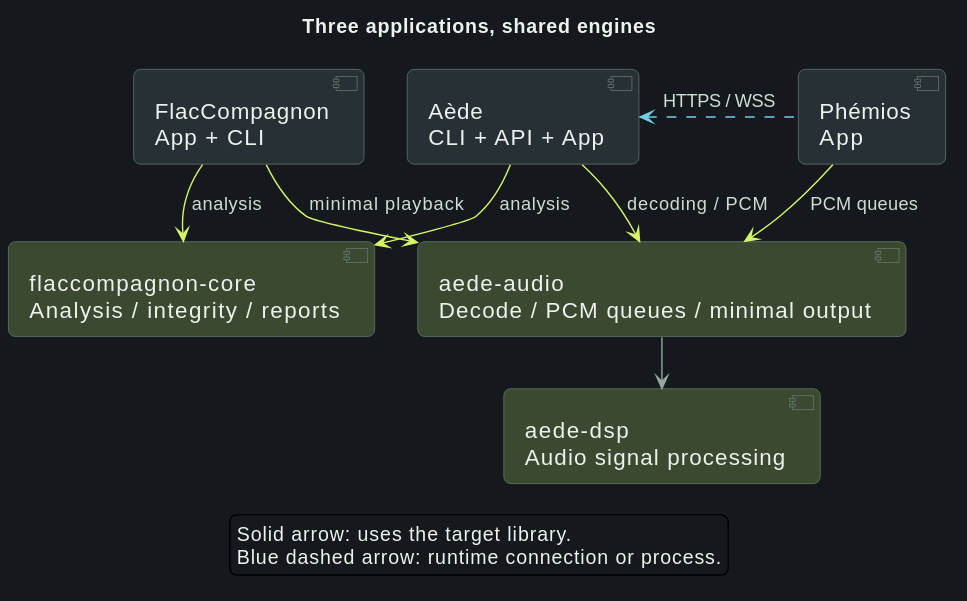
Earlier version of the PlantUML export site/assets/architecture/en-overview.svg (craft-and-code/aede). Source of this version:
```plantuml
@startuml
!pragma layout smetana
skinparam backgroundColor #15191D
skinparam defaultFontName SansSerif
skinparam defaultFontSize 16
skinparam defaultFontColor #EDF2EE
skinparam shadowing false
skinparam roundcorner 10
skinparam componentStyle uml2
skinparam ArrowColor #96A79F
skinparam ArrowFontColor #D0DDD5
skinparam ArrowFontSize 13
skinparam packageStyle rectangle
skinparam packageBackgroundColor #1E2528
skinparam packageBorderColor #52655D
skinparam packageFontColor #F1F5F2
skinparam packageFontSize 19
skinparam componentBackgroundColor #273035
skinparam componentBorderColor #6A7F73
skinparam componentFontColor #EDF2EE
skinparam nodesep 30
skinparam ranksep 35
hide stereotype

title Three applications, shared engines
component "FlacCompagnon\nApp + CLI" as Flac
component "Aède\nCLI + API + App" as Aede
component "Phémios\nApp" as Phemios
component "flaccompagnon-core\nAnalysis / integrity / reports" as FCore #3B4930
component "aede-audio\nDecode / PCM queues / minimal output" as AAudio #3B4930
component "aede-dsp\nAudio signal processing" as ADsp #3B4930
Flac -[hidden]right-> Aede
Aede -[hidden]right-> Phemios
Flac -[#D8F36A]-> FCore : analysis
Aede -[#D8F36A]-> FCore : analysis
Flac -[#D8F36A]-> AAudio : minimal playback
Aede -[#D8F36A]-> AAudio : decoding / PCM
Phemios -[#D8F36A]-> AAudio : PCM queues
AAudio --> ADsp
Phemios -[#71CDE1,dashed]left-> Aede : HTTPS / WSS
legend bottom
Solid arrow: uses the target library.
Blue dashed arrow: runtime connection or process.
endlegend
@enduml
```
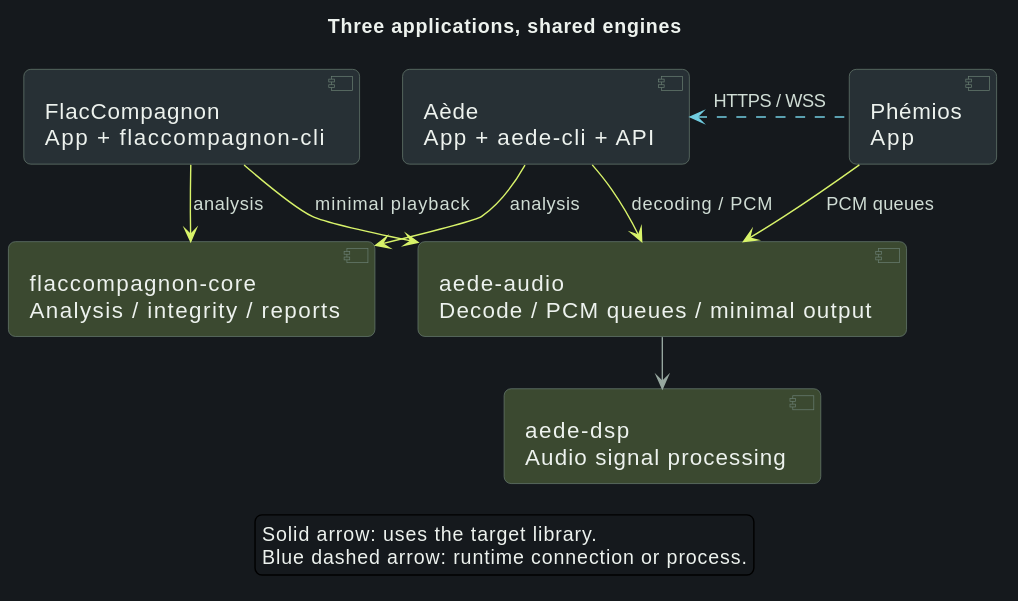
Above is the later version.

Diff of the diagram source:
```diff
@@ -23,8 +23,8 @@
 hide stereotype
 
 title Three applications, shared engines
-component "FlacCompagnon\nApp + CLI" as Flac
-component "Aède\nCLI + API + App" as Aede
+component "FlacCompagnon\nApp + flaccompagnon-cli" as Flac
+component "Aède\nApp + aede-cli + API" as Aede
 component "Phémios\nApp" as Phemios
 component "flaccompagnon-core\nAnalysis / integrity / reports" as FCore #3B4930
 component "aede-audio\nDecode / PCM queues / minimal output" as AAudio #3B4930
```
